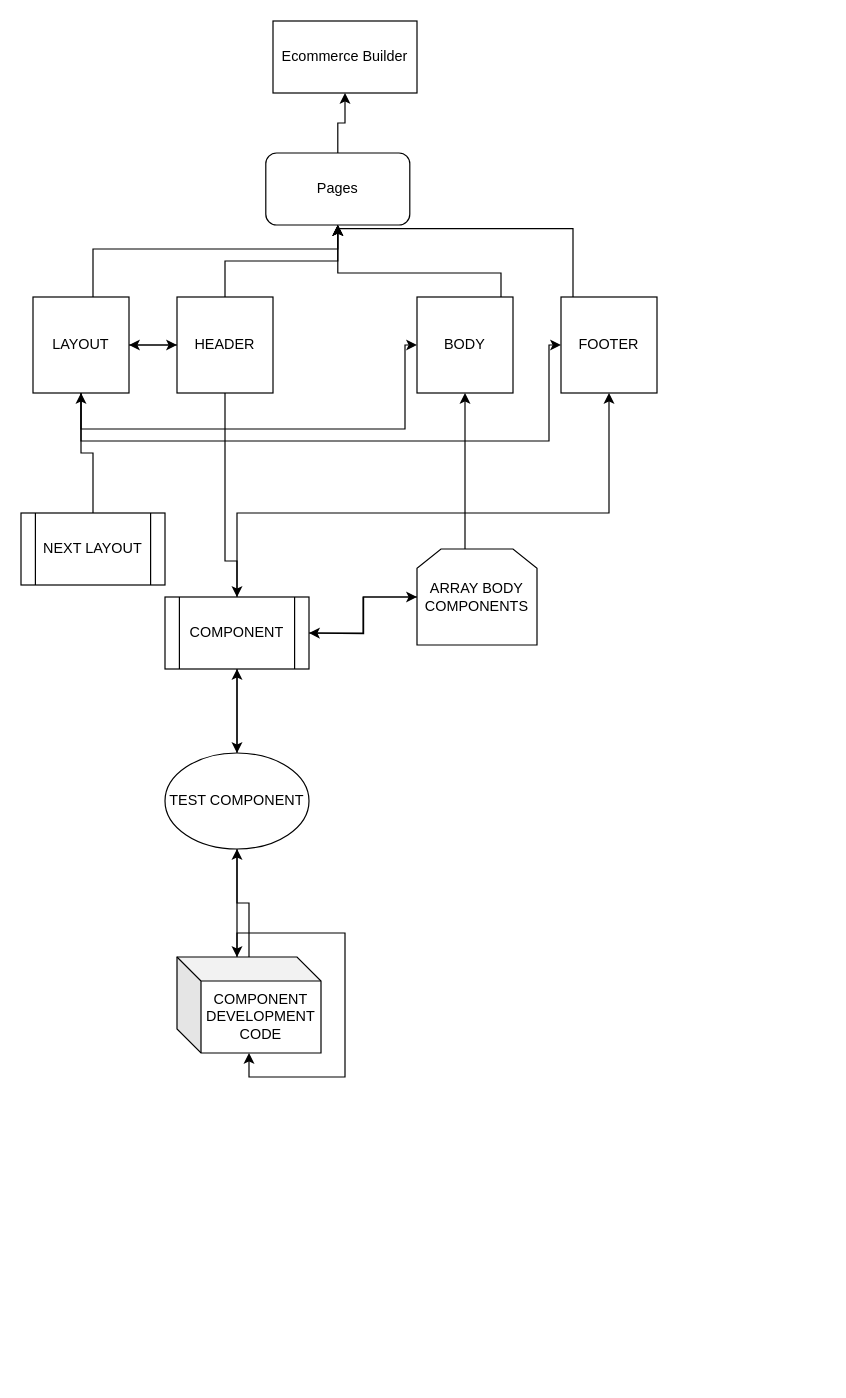
Above: Untitled Diagram.drawio in AnDyro751/api_rails (draw.io), before the change. Source tidied: cells renumbered, new cells numbered last; positions are measured from the earlier drawing's top-left corner, leaving out a move shared by most shapes. Both pictures are drawn from the tidied source at 120%, with x=0, y=0 at pixel (20, 20).
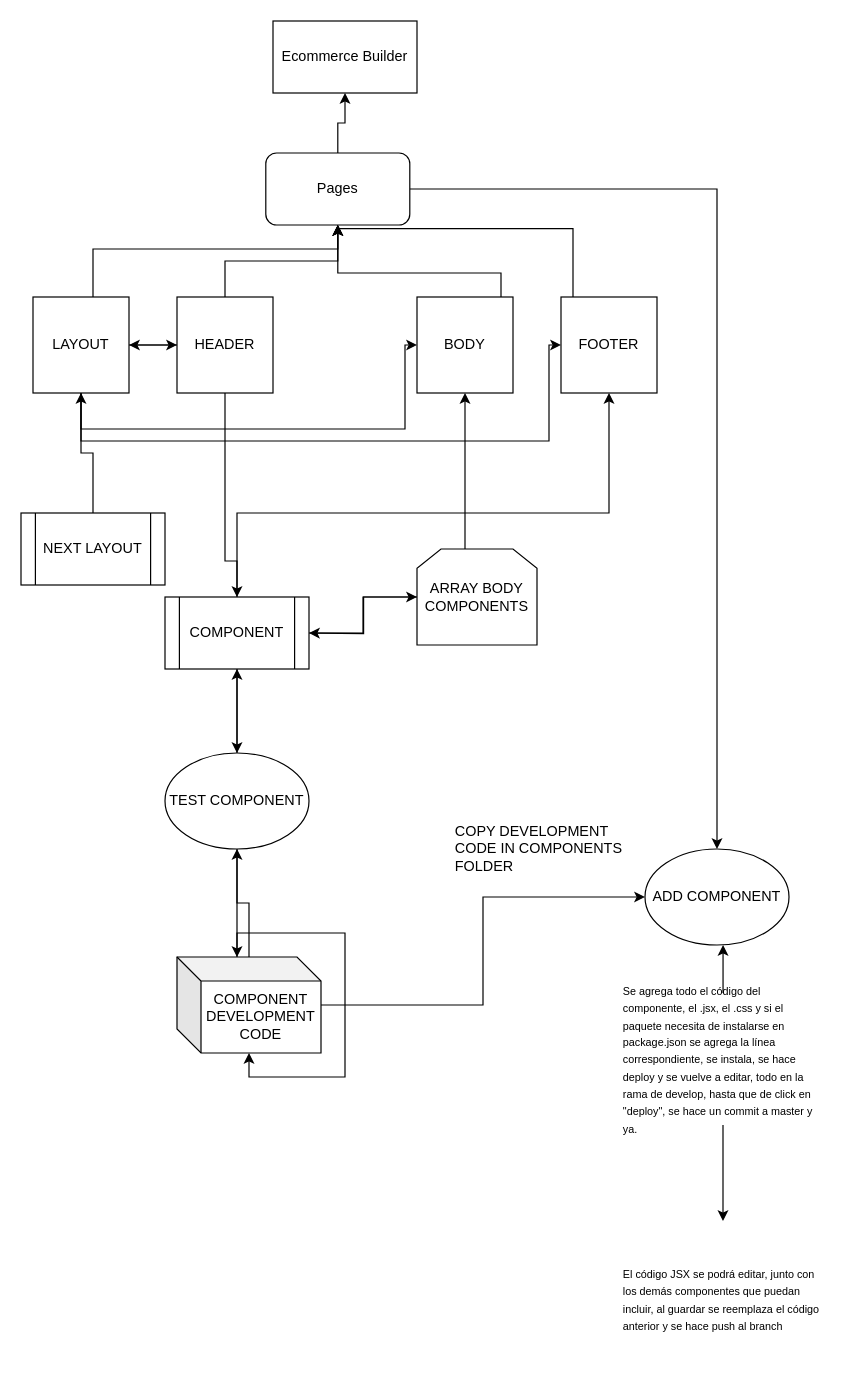
After the change.

The change refers to these unchanged cells:
```xml
<mxCell id="4" value="Pages" style="rounded=1;whiteSpace=wrap;html=1;" parent="1" vertex="1">
  <mxGeometry x="204" y="110" width="120" height="60" as="geometry" />
</mxCell>
<mxCell id="31" value="COMPONENT DEVELOPMENT CODE" style="shape=cube;whiteSpace=wrap;html=1;boundedLbl=1;backgroundOutline=1;darkOpacity=0.05;darkOpacity2=0.1;" parent="1" vertex="1">
  <mxGeometry x="130" y="780" width="120" height="80" as="geometry" />
</mxCell>
```

Diff of the diagram source:
```diff
@@
+    <mxCell id="33" style="edgeStyle=orthogonalEdgeStyle;rounded=0;jettySize=auto;html=1;entryX=0.5;entryY=0;entryDx=0;entryDy=0;" parent="1" edge="1" source="4" target="35">
+      <mxGeometry relative="1" as="geometry" />
+    </mxCell>
@@
+    <mxCell id="34" style="edgeStyle=orthogonalEdgeStyle;rounded=0;jettySize=auto;html=1;entryX=0;entryY=0.5;entryDx=0;entryDy=0;" parent="1" edge="1" source="31" target="35">
+      <mxGeometry relative="1" as="geometry" />
+    </mxCell>
@@
+    <mxCell id="35" value="ADD COMPONENT" style="ellipse;whiteSpace=wrap;html=1;" parent="1" vertex="1">
+      <mxGeometry x="520" y="690" width="120" height="80" as="geometry" />
+    </mxCell>
+    <mxCell id="36" value="COPY DEVELOPMENT CODE IN COMPONENTS FOLDER" style="text;html=1;strokeColor=none;fillColor=none;align=left;verticalAlign=middle;whiteSpace=wrap;rounded=0;" parent="1" vertex="1">
+      <mxGeometry x="360" y="670" width="160" height="40" as="geometry" />
+    </mxCell>
+    <mxCell id="37" style="edgeStyle=orthogonalEdgeStyle;rounded=0;jettySize=auto;html=1;entryX=0.542;entryY=1;entryDx=0;entryDy=0;entryPerimeter=0;" parent="1" edge="1" source="39" target="35">
+      <mxGeometry relative="1" as="geometry" />
+    </mxCell>
+    <mxCell id="38" style="edgeStyle=orthogonalEdgeStyle;rounded=0;jettySize=auto;html=1;" parent="1" edge="1" source="39" target="40">
+      <mxGeometry relative="1" as="geometry" />
+    </mxCell>
+    <mxCell id="39" value="&lt;font style=&quot;font-size: 9px&quot;&gt;Se agrega todo el código del componente, el .jsx, el .css y si el paquete necesita de instalarse en package.json se agrega la línea correspondiente, se instala, se hace deploy y se vuelve a editar, todo en la rama de develop, hasta que de click en &quot;deploy&quot;, se hace un commit a master y ya.&lt;/font&gt;" style="text;html=1;strokeColor=none;fillColor=none;align=left;verticalAlign=middle;whiteSpace=wrap;rounded=0;" parent="1" vertex="1">
+      <mxGeometry x="500" y="810" width="170" height="110" as="geometry" />
+    </mxCell>
+    <mxCell id="40" value="&lt;font style=&quot;font-size: 9px&quot;&gt;El código JSX se podrá editar, junto con los demás componentes que puedan incluir, al guardar se reemplaza el código anterior y se hace push al branch&lt;/font&gt;" style="text;html=1;strokeColor=none;fillColor=none;align=left;verticalAlign=middle;whiteSpace=wrap;rounded=0;" parent="1" vertex="1">
+      <mxGeometry x="500" y="1000" width="170" height="130" as="geometry" />
+    </mxCell>
```
